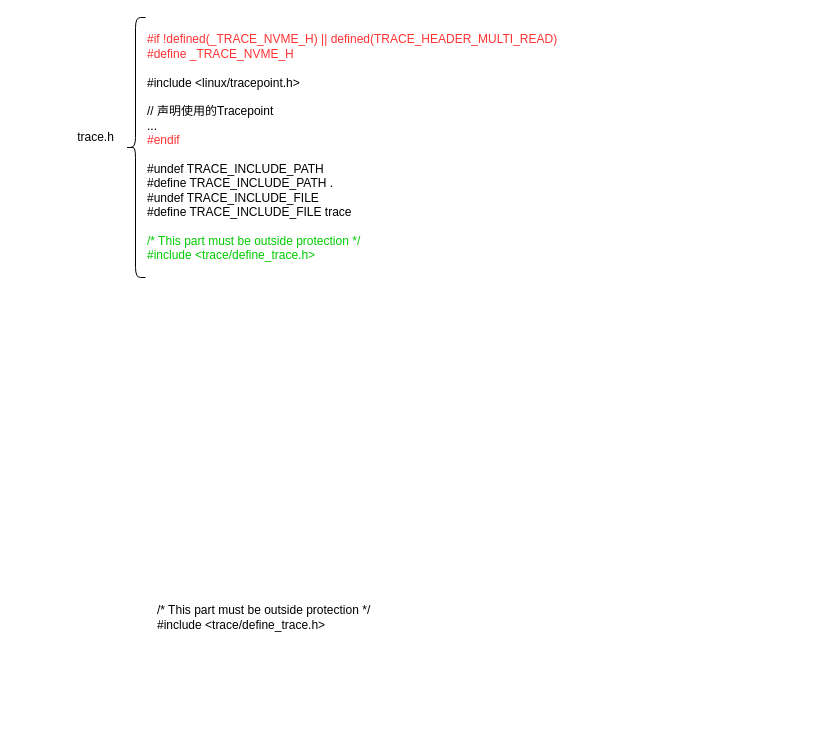
The draw.io diagram linux/linux_debug.drawio in Aspiresky/draw.io, before the edit. Source tidied: cells renumbered, new cells numbered last; positions are measured from the earlier drawing's top-left corner, leaving out a move shared by most shapes. Both pictures are drawn from the tidied source at 100%, with x=0, y=0 at pixel (65, 17).
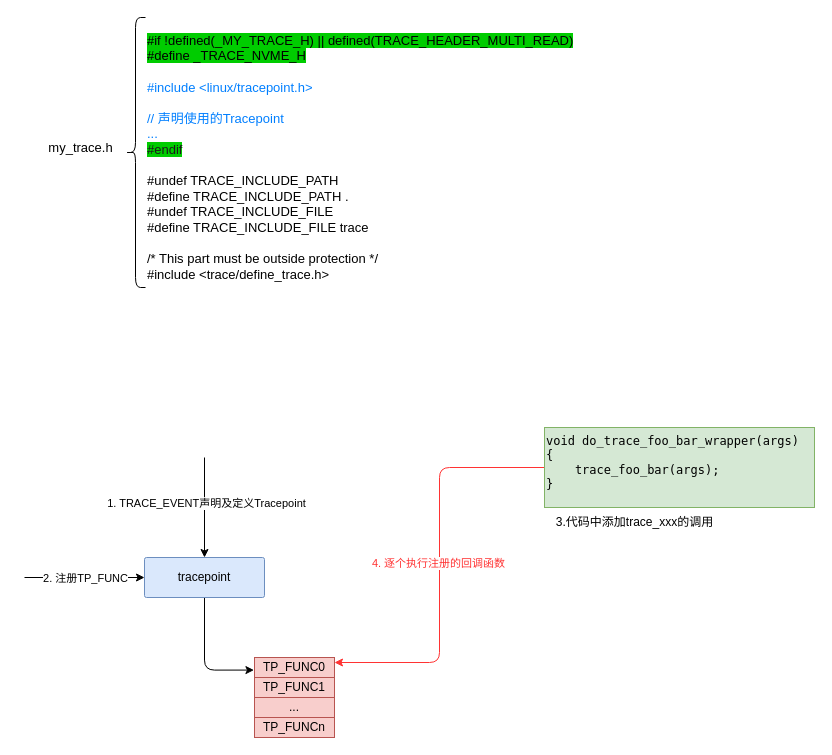
The same diagram, later.

What changed in the source:
```diff
@@
-    <mxCell id="2" value="&lt;div&gt;&lt;span style=&quot;background-color: transparent;&quot;&gt;&lt;font style=&quot;color: rgb(255, 51, 51);&quot;&gt;#if !defined(_TRACE_NVME_H) || defined(TRACE_HEADER_MULTI_READ)&lt;/font&gt;&lt;/span&gt;&lt;/div&gt;&lt;div&gt;&lt;div&gt;&lt;font style=&quot;color: rgb(255, 51, 51);&quot;&gt;#define _TRACE_NVME_H&lt;/font&gt;&lt;/div&gt;&lt;/div&gt;&lt;div&gt;&lt;br&gt;&lt;/div&gt;#include &amp;lt;linux/tracepoint.h&amp;gt;&lt;div&gt;&lt;br&gt;&lt;div&gt;// 声明使用的Tracepoint&lt;/div&gt;&lt;div&gt;...&lt;/div&gt;&lt;/div&gt;&lt;div&gt;&lt;font style=&quot;color: rgb(255, 51, 51);&quot;&gt;#endif&lt;/font&gt;&lt;/div&gt;&lt;div&gt;&lt;br&gt;&lt;/div&gt;&lt;div&gt;&lt;div&gt;#undef TRACE_INCLUDE_PATH&lt;/div&gt;&lt;div&gt;#define TRACE_INCLUDE_PATH .&lt;/div&gt;&lt;div&gt;#undef TRACE_INCLUDE_FILE&lt;/div&gt;&lt;div&gt;#define TRACE_INCLUDE_FILE trace&lt;/div&gt;&lt;/div&gt;&lt;div&gt;&lt;br&gt;&lt;/div&gt;&lt;div&gt;&lt;div&gt;&lt;font style=&quot;color: rgb(0, 204, 0);&quot;&gt;/* This part must be outside protection */&lt;/font&gt;&lt;/div&gt;&lt;div&gt;&lt;font style=&quot;color: rgb(0, 204, 0);&quot;&gt;#include &amp;lt;trace/define_trace.h&amp;gt;&lt;/font&gt;&lt;/div&gt;&lt;/div&gt;" style="text;html=1;align=left;verticalAlign=middle;whiteSpace=wrap;rounded=0;" parent="1" vertex="1">
-      <mxGeometry x="80" width="430" height="260" as="geometry" />
+    <mxCell id="2" value="&lt;div&gt;&lt;font style=&quot;background-color: rgb(0, 204, 0);&quot;&gt;#if !defined(_MY_TRACE_H) || defined(TRACE_HEADER_MULTI_READ)&lt;/font&gt;&lt;/div&gt;&lt;div&gt;&lt;div&gt;&lt;font style=&quot;background-color: rgb(0, 204, 0);&quot;&gt;#define _TRACE_NVME_H&lt;/font&gt;&lt;/div&gt;&lt;/div&gt;&lt;div&gt;&lt;br&gt;&lt;/div&gt;&lt;font style=&quot;color: rgb(0, 127, 255);&quot;&gt;#include &amp;lt;linux/tracepoint.h&amp;gt;&lt;/font&gt;&lt;div&gt;&lt;font style=&quot;color: rgb(0, 127, 255);&quot;&gt;&lt;br&gt;&lt;/font&gt;&lt;div&gt;&lt;font style=&quot;color: rgb(0, 127, 255);&quot;&gt;// 声明使用的Tracepoint&lt;/font&gt;&lt;/div&gt;&lt;div&gt;&lt;font style=&quot;color: rgb(0, 127, 255);&quot;&gt;...&lt;/font&gt;&lt;/div&gt;&lt;/div&gt;&lt;div&gt;&lt;font style=&quot;background-color: rgb(0, 204, 0); color: rgb(26, 26, 26);&quot;&gt;#endif&lt;/font&gt;&lt;/div&gt;&lt;div&gt;&lt;br&gt;&lt;/div&gt;&lt;div&gt;&lt;div&gt;#undef TRACE_INCLUDE_PATH&lt;/div&gt;&lt;div&gt;#define TRACE_INCLUDE_PATH .&lt;/div&gt;&lt;div&gt;#undef TRACE_INCLUDE_FILE&lt;/div&gt;&lt;div&gt;#define TRACE_INCLUDE_FILE trace&lt;/div&gt;&lt;/div&gt;&lt;div&gt;&lt;br&gt;&lt;/div&gt;&lt;div&gt;&lt;div&gt;&lt;font style=&quot;background-color: light-dark(#ffffff, var(--ge-dark-color, #121212));&quot;&gt;/* This part must be outside protection */&lt;/font&gt;&lt;/div&gt;&lt;div&gt;&lt;font style=&quot;background-color: light-dark(#ffffff, var(--ge-dark-color, #121212));&quot;&gt;#include &amp;lt;trace/define_trace.h&amp;gt;&lt;/font&gt;&lt;/div&gt;&lt;/div&gt;" style="text;html=1;align=left;verticalAlign=middle;whiteSpace=wrap;rounded=0;fontSize=13;" parent="1" vertex="1">
+      <mxGeometry x="80" width="630" height="280" as="geometry" />
     </mxCell>
-    <mxCell id="3" value="&lt;div&gt;/* This part must be outside protection */&lt;/div&gt;&lt;div&gt;#include &amp;lt;trace/define_trace.h&amp;gt;&lt;/div&gt;" style="text;html=1;align=left;verticalAlign=middle;whiteSpace=wrap;rounded=0;" parent="1" vertex="1">
-      <mxGeometry x="90" y="570" width="320" height="60" as="geometry" />
-    </mxCell>
-    <mxCell id="4" style="shape=curlyBracket;whiteSpace=wrap;html=1;rounded=1;labelPosition=left;verticalLabelPosition=middle;align=right;verticalAlign=middle;" parent="1" vertex="1">
-      <mxGeometry x="60" width="20" height="260" as="geometry" />
+    <mxCell id="4" style="shape=curlyBracket;whiteSpace=wrap;html=1;rounded=1;labelPosition=left;verticalLabelPosition=middle;align=right;verticalAlign=middle;fontSize=13;" parent="1" vertex="1">
+      <mxGeometry x="60" width="20" height="270" as="geometry" />
     </mxCell>
-    <mxCell id="5" value="trace.h" style="text;html=1;align=center;verticalAlign=middle;strokeColor=none;fillColor=none;" parent="1" vertex="1">
-      <mxGeometry y="105" width="60" height="30" as="geometry" />
+    <mxCell id="5" value="my_trace.h" style="text;html=1;align=center;verticalAlign=middle;strokeColor=none;fillColor=none;fontSize=13;" parent="1" vertex="1">
+      <mxGeometry x="-30" y="115" width="90" height="30" as="geometry" />
     </mxCell>
+    <mxCell id="6" style="edgeStyle=orthogonalEdgeStyle;rounded=1;jettySize=auto;html=1;exitX=0.5;exitY=1;exitDx=0;exitDy=0;entryX=-0.007;entryY=-0.371;entryDx=0;entryDy=0;curved=0;entryPerimeter=0;" parent="1" edge="1" source="7" target="9">
+      <mxGeometry relative="1" as="geometry" />
+    </mxCell>
+    <mxCell id="7" value="tracepoint" style="rounded=1;whiteSpace=wrap;html=1;verticalAlign=middle;arcSize=5;align=center;fillColor=#dae8fc;strokeColor=#6c8ebf;" parent="1" vertex="1">
+      <mxGeometry x="79" y="540" width="120" height="40" as="geometry" />
+    </mxCell>
+    <mxCell id="8" value="TP_FUNC0" style="rounded=0;whiteSpace=wrap;html=1;fillColor=#f8cecc;strokeColor=#b85450;" parent="1" vertex="1">
+      <mxGeometry x="189" y="640" width="80" height="20" as="geometry" />
+    </mxCell>
+    <mxCell id="9" value="TP_FUNC1" style="rounded=0;whiteSpace=wrap;html=1;fillColor=#f8cecc;strokeColor=#b85450;" parent="1" vertex="1">
+      <mxGeometry x="189" y="660" width="80" height="20" as="geometry" />
+    </mxCell>
+    <mxCell id="10" value="TP_FUNCn" style="rounded=0;whiteSpace=wrap;html=1;fillColor=#f8cecc;strokeColor=#b85450;" parent="1" vertex="1">
+      <mxGeometry x="189" y="700" width="80" height="20" as="geometry" />
+    </mxCell>
+    <mxCell id="11" value="..." style="rounded=0;whiteSpace=wrap;html=1;fillColor=#f8cecc;strokeColor=#b85450;" parent="1" vertex="1">
+      <mxGeometry x="189" y="680" width="80" height="20" as="geometry" />
+    </mxCell>
+    <mxCell id="12" style="edgeStyle=orthogonalEdgeStyle;rounded=1;jettySize=auto;html=1;entryX=1;entryY=0.25;entryDx=0;entryDy=0;curved=0;strokeWidth=1;strokeColor=#FF3333;" parent="1" edge="1" source="14" target="8">
+      <mxGeometry relative="1" as="geometry" />
+    </mxCell>
+    <mxCell id="13" value="4. 逐个执行注册的回调函数" style="edgeLabel;html=1;align=center;verticalAlign=middle;fontColor=#FF3333;" parent="12" vertex="1">
+      <mxGeometry x="-0.01" y="-2" relative="1" as="geometry" />
+    </mxCell>
+    <mxCell id="14" value="&lt;div style=&quot;forced-color-adjust: none; font-family: Monaco, Consolas, &amp;quot;Courier New&amp;quot;, monospace, Consolas, &amp;quot;Courier New&amp;quot;, monospace; font-style: normal; font-variant-ligatures: normal; font-variant-caps: normal; font-weight: 400; letter-spacing: normal; orphans: 2; text-align: left; text-indent: 0px; text-transform: none; widows: 2; word-spacing: 0px; -webkit-text-stroke-width: 0px; white-space: pre; text-decoration-thickness: initial; text-decoration-style: initial; text-decoration-color: initial;&quot;&gt;&lt;span style=&quot;forced-color-adjust: none;&quot;&gt;void do_trace_foo_bar_wrapper(args)&lt;/span&gt;&lt;/div&gt;&lt;div style=&quot;forced-color-adjust: none; font-family: Monaco, Consolas, &amp;quot;Courier New&amp;quot;, monospace, Consolas, &amp;quot;Courier New&amp;quot;, monospace; font-style: normal; font-variant-ligatures: normal; font-variant-caps: normal; font-weight: 400; letter-spacing: normal; orphans: 2; text-align: left; text-indent: 0px; text-transform: none; widows: 2; word-spacing: 0px; -webkit-text-stroke-width: 0px; white-space: pre; text-decoration-thickness: initial; text-decoration-style: initial; text-decoration-color: initial;&quot;&gt;&lt;span style=&quot;forced-color-adjust: none;&quot;&gt;{&lt;/span&gt;&lt;/div&gt;&lt;div style=&quot;forced-color-adjust: none; font-family: Monaco, Consolas, &amp;quot;Courier New&amp;quot;, monospace, Consolas, &amp;quot;Courier New&amp;quot;, monospace; font-style: normal; font-variant-ligatures: normal; font-variant-caps: normal; font-weight: 400; letter-spacing: normal; orphans: 2; text-align: left; text-indent: 0px; text-transform: none; widows: 2; word-spacing: 0px; -webkit-text-stroke-width: 0px; white-space: pre; text-decoration-thickness: initial; text-decoration-style: initial; text-decoration-color: initial;&quot;&gt;&lt;span style=&quot;forced-color-adjust: none;&quot;&gt;    trace_foo_bar(args);&lt;/span&gt;&lt;/div&gt;&lt;div style=&quot;forced-color-adjust: none; font-family: Monaco, Consolas, &amp;quot;Courier New&amp;quot;, monospace, Consolas, &amp;quot;Courier New&amp;quot;, monospace; font-style: normal; font-variant-ligatures: normal; font-variant-caps: normal; font-weight: 400; letter-spacing: normal; orphans: 2; text-align: left; text-indent: 0px; text-transform: none; widows: 2; word-spacing: 0px; -webkit-text-stroke-width: 0px; white-space: pre; text-decoration-thickness: initial; text-decoration-style: initial; text-decoration-color: initial;&quot;&gt;&lt;span style=&quot;forced-color-adjust: none;&quot;&gt;}&lt;/span&gt;&lt;/div&gt;" style="text;whiteSpace=wrap;html=1;fontSize=12;fillColor=#d5e8d4;strokeColor=#82b366;" parent="1" vertex="1">
+      <mxGeometry x="479" y="410" width="270" height="80" as="geometry" />
+    </mxCell>
+    <mxCell id="15" style="endArrow=classic;html=1;rounded=0;entryX=0;entryY=0.5;entryDx=0;entryDy=0;" parent="1" edge="1" target="7">
+      <mxGeometry relative="1" as="geometry">
+        <mxPoint x="-41" y="560" as="sourcePoint" />
+      </mxGeometry>
+    </mxCell>
+    <mxCell id="16" value="2. 注册TP_FUNC" style="edgeLabel;html=1;align=center;verticalAlign=middle;" parent="15" vertex="1">
+      <mxGeometry x="0.13" y="-4" relative="1" as="geometry">
+        <mxPoint x="-8" y="-4" as="offset" />
+      </mxGeometry>
+    </mxCell>
+    <mxCell id="17" style="endArrow=classic;html=1;rounded=0;entryX=0.5;entryY=0;entryDx=0;entryDy=0;" parent="1" edge="1" target="7">
+      <mxGeometry relative="1" as="geometry">
+        <mxPoint x="139" y="440" as="sourcePoint" />
+      </mxGeometry>
+    </mxCell>
+    <mxCell id="18" value="1. TRACE_EVENT声明及定义Tracepoint" style="edgeLabel;html=1;align=center;verticalAlign=middle;" parent="17" vertex="1">
+      <mxGeometry x="-0.22" y="2" relative="1" as="geometry">
+        <mxPoint x="-1" y="6" as="offset" />
+      </mxGeometry>
+    </mxCell>
+    <mxCell id="19" value="3.代码中添加trace_xxx的调用" style="text;html=1;align=center;verticalAlign=middle;strokeColor=none;fillColor=none;" parent="1" vertex="1">
+      <mxGeometry x="479" y="490" width="180" height="30" as="geometry" />
+    </mxCell>
```
